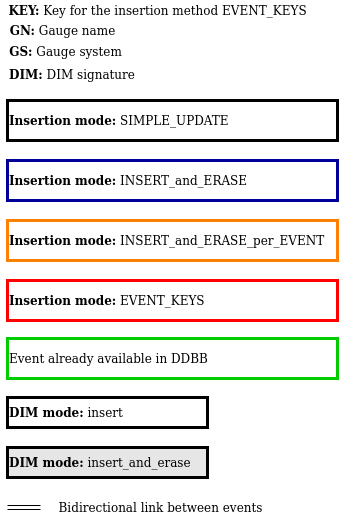
Earlier version of the draw.io export doc/fig/legened_structure_of_ingestions.png (Daniel-Brosnan-Blazquez/s2boa). Source tidied: cells renumbered, new cells last; positions are measured from the earlier drawing's top-left corner, leaving out a move shared by most shapes. Source of this version:
```xml
<mxGraphModel>
  <root>
    <mxCell id="0" />
    <mxCell id="1" parent="0" />
    <mxCell id="2" value="&lt;div&gt;&lt;b&gt;Insertion mode:&lt;/b&gt; SIMPLE_UPDATE&lt;br&gt;&lt;/div&gt;" style="rounded=0;whiteSpace=wrap;html=1;align=left;strokeWidth=3;" parent="1" vertex="1">
      <mxGeometry x="7" y="100" width="330" height="40" as="geometry" />
    </mxCell>
    <mxCell id="3" value="&lt;b&gt;GN:&lt;/b&gt; Gauge name" style="text;html=1;align=center;verticalAlign=middle;" parent="1" vertex="1">
      <mxGeometry x="2" y="20" width="120" height="20" as="geometry" />
    </mxCell>
    <mxCell id="4" value="&lt;b&gt;GS:&lt;/b&gt; Gauge system" style="text;html=1;align=center;verticalAlign=middle;" parent="1" vertex="1">
      <mxGeometry y="41" width="130" height="20" as="geometry" />
    </mxCell>
    <mxCell id="5" value="&lt;div&gt;&lt;b&gt;DIM:&lt;/b&gt; DIM signature&lt;/div&gt;" style="text;whiteSpace=wrap;html=1;" parent="1" vertex="1">
      <mxGeometry x="7" y="60" width="150" height="30" as="geometry" />
    </mxCell>
    <mxCell id="6" value="&lt;div&gt;&lt;b&gt;Insertion mode:&lt;/b&gt; INSERT_and_ERASE&lt;/div&gt;" style="rounded=0;whiteSpace=wrap;html=1;align=left;strokeWidth=3;strokeColor=#000099;" parent="1" vertex="1">
      <mxGeometry x="7" y="160" width="330" height="40" as="geometry" />
    </mxCell>
    <mxCell id="7" value="&lt;div&gt;&lt;b&gt;Insertion mode:&lt;/b&gt; INSERT_and_ERASE_per_EVENT&lt;/div&gt;" style="rounded=0;whiteSpace=wrap;html=1;align=left;strokeWidth=3;strokeColor=#FF8000;" parent="1" vertex="1">
      <mxGeometry x="7" y="220" width="330" height="40" as="geometry" />
    </mxCell>
    <mxCell id="8" value="&lt;div&gt;&lt;b&gt;DIM mode:&lt;/b&gt; insert&lt;br&gt;&lt;/div&gt;" style="rounded=0;whiteSpace=wrap;html=1;align=left;strokeWidth=3;shadow=0;sketch=0;glass=0;labelBackgroundColor=#ffffff;" parent="1" vertex="1">
      <mxGeometry x="7" y="397" width="200" height="30" as="geometry" />
    </mxCell>
    <mxCell id="9" value="&lt;div&gt;&lt;b&gt;DIM mode:&lt;/b&gt; insert_and_erase&lt;br&gt;&lt;/div&gt;" style="rounded=0;whiteSpace=wrap;html=1;align=left;strokeWidth=3;labelBackgroundColor=none;fillColor=#E6E6E6;" parent="1" vertex="1">
      <mxGeometry x="7" y="447" width="200" height="30" as="geometry" />
    </mxCell>
    <mxCell id="10" value="&lt;div&gt;&lt;b&gt;Insertion mode:&lt;/b&gt; EVENT_KEYS&lt;/div&gt;" style="rounded=0;whiteSpace=wrap;html=1;align=left;strokeWidth=3;strokeColor=#FF0000;" parent="1" vertex="1">
      <mxGeometry x="7" y="280" width="330" height="40" as="geometry" />
    </mxCell>
    <mxCell id="11" style="edgeStyle=orthogonalEdgeStyle;shape=link;rounded=0;orthogonalLoop=1;jettySize=auto;html=1;exitX=1;exitY=0.5;exitDx=0;exitDy=0;" parent="1" edge="1">
      <mxGeometry relative="1" as="geometry">
        <mxPoint x="7" y="507" as="sourcePoint" />
        <mxPoint x="40" y="507" as="targetPoint" />
      </mxGeometry>
    </mxCell>
    <mxCell id="12" value="&lt;div align=&quot;left&quot;&gt;Bidirectional link between events&lt;br&gt;&lt;/div&gt;" style="text;html=1;align=center;verticalAlign=middle;" parent="1" vertex="1">
      <mxGeometry x="50" y="497" width="220" height="20" as="geometry" />
    </mxCell>
    <mxCell id="13" value="&lt;div&gt;Event already available in DDBB&lt;br&gt;&lt;/div&gt;" style="rounded=0;whiteSpace=wrap;html=1;align=left;strokeWidth=3;strokeColor=#00CC00;" parent="1" vertex="1">
      <mxGeometry x="7" y="338" width="330" height="40" as="geometry" />
    </mxCell>
    <mxCell id="14" value="&lt;b&gt;KEY:&lt;/b&gt; Key for the insertion method EVENT_KEYS" style="text;html=1;align=center;verticalAlign=middle;" parent="1" vertex="1">
      <mxGeometry x="2" width="310" height="20" as="geometry" />
    </mxCell>
  </root>
</mxGraphModel>
```
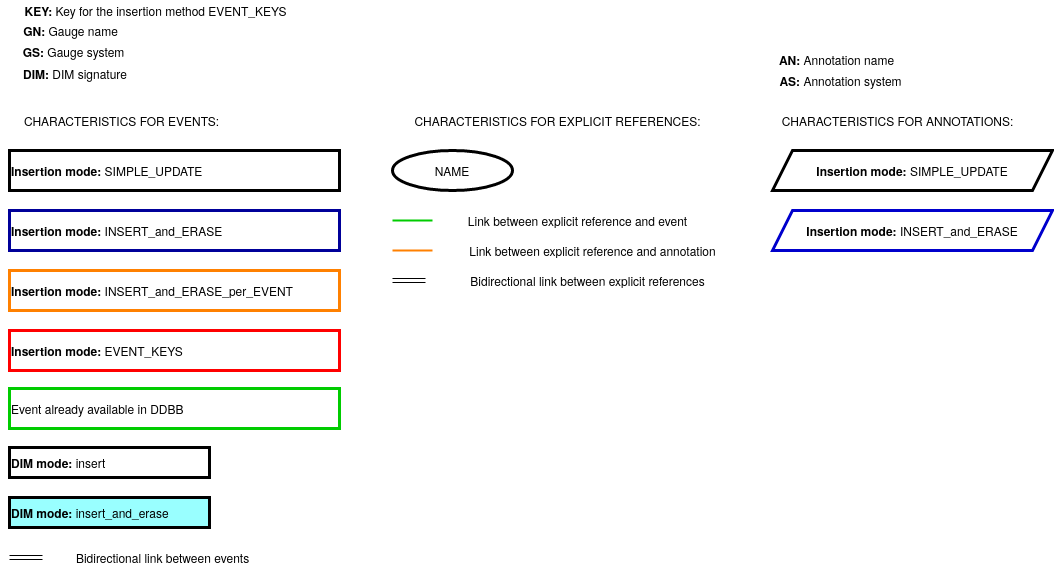
After the change.

Commit message:
Update insertion mode at DIM level for the ingestion of the NPPF and ORBPRE files

What changed in the source:
```diff
@@ -6,13 +6,13 @@
       <mxGeometry x="7" y="100" width="330" height="40" as="geometry" />
     </mxCell>
     <mxCell id="3" value="&lt;b&gt;GN:&lt;/b&gt; Gauge name" style="text;html=1;align=center;verticalAlign=middle;" parent="1" vertex="1">
-      <mxGeometry x="2" y="20" width="120" height="20" as="geometry" />
+      <mxGeometry x="8" y="-30" width="120" height="20" as="geometry" />
     </mxCell>
     <mxCell id="4" value="&lt;b&gt;GS:&lt;/b&gt; Gauge system" style="text;html=1;align=center;verticalAlign=middle;" parent="1" vertex="1">
-      <mxGeometry y="41" width="130" height="20" as="geometry" />
+      <mxGeometry x="6" y="-9" width="130" height="20" as="geometry" />
     </mxCell>
     <mxCell id="5" value="&lt;div&gt;&lt;b&gt;DIM:&lt;/b&gt; DIM signature&lt;/div&gt;" style="text;whiteSpace=wrap;html=1;" parent="1" vertex="1">
-      <mxGeometry x="7" y="60" width="150" height="30" as="geometry" />
+      <mxGeometry x="19" y="10" width="150" height="30" as="geometry" />
     </mxCell>
     <mxCell id="6" value="&lt;div&gt;&lt;b&gt;Insertion mode:&lt;/b&gt; INSERT_and_ERASE&lt;/div&gt;" style="rounded=0;whiteSpace=wrap;html=1;align=left;strokeWidth=3;strokeColor=#000099;" parent="1" vertex="1">
       <mxGeometry x="7" y="160" width="330" height="40" as="geometry" />
@@ -23,7 +23,7 @@
     <mxCell id="8" value="&lt;div&gt;&lt;b&gt;DIM mode:&lt;/b&gt; insert&lt;br&gt;&lt;/div&gt;" style="rounded=0;whiteSpace=wrap;html=1;align=left;strokeWidth=3;shadow=0;sketch=0;glass=0;labelBackgroundColor=#ffffff;" parent="1" vertex="1">
       <mxGeometry x="7" y="397" width="200" height="30" as="geometry" />
     </mxCell>
-    <mxCell id="9" value="&lt;div&gt;&lt;b&gt;DIM mode:&lt;/b&gt; insert_and_erase&lt;br&gt;&lt;/div&gt;" style="rounded=0;whiteSpace=wrap;html=1;align=left;strokeWidth=3;labelBackgroundColor=none;fillColor=#E6E6E6;" parent="1" vertex="1">
+    <mxCell id="9" value="&lt;div&gt;&lt;b&gt;DIM mode:&lt;/b&gt; insert_and_erase&lt;br&gt;&lt;/div&gt;" style="rounded=0;whiteSpace=wrap;html=1;align=left;strokeWidth=3;labelBackgroundColor=none;fillColor=#99FFFF;" parent="1" vertex="1">
       <mxGeometry x="7" y="447" width="200" height="30" as="geometry" />
     </mxCell>
     <mxCell id="10" value="&lt;div&gt;&lt;b&gt;Insertion mode:&lt;/b&gt; EVENT_KEYS&lt;/div&gt;" style="rounded=0;whiteSpace=wrap;html=1;align=left;strokeWidth=3;strokeColor=#FF0000;" parent="1" vertex="1">
@@ -42,7 +42,58 @@
       <mxGeometry x="7" y="338" width="330" height="40" as="geometry" />
     </mxCell>
     <mxCell id="14" value="&lt;b&gt;KEY:&lt;/b&gt; Key for the insertion method EVENT_KEYS" style="text;html=1;align=center;verticalAlign=middle;" parent="1" vertex="1">
-      <mxGeometry x="2" width="310" height="20" as="geometry" />
+      <mxGeometry x="-2" y="-50" width="310" height="20" as="geometry" />
     </mxCell>
+    <mxCell id="15" value="NAME" style="ellipse;whiteSpace=wrap;html=1;strokeWidth=3;" parent="1" vertex="1">
+      <mxGeometry x="390" y="100" width="120" height="40" as="geometry" />
+    </mxCell>
+    <mxCell id="16" value="CHARACTERISTICS FOR EVENTS:" style="text;html=1;align=center;verticalAlign=middle;" parent="1" vertex="1">
+      <mxGeometry x="4" y="60" width="230" height="20" as="geometry" />
+    </mxCell>
+    <mxCell id="17" value="CHARACTERISTICS FOR EXPLICIT REFERENCES:" style="text;html=1;align=center;verticalAlign=middle;" parent="1" vertex="1">
+      <mxGeometry x="390" y="60" width="330" height="20" as="geometry" />
+    </mxCell>
+    <mxCell id="18" style="endArrow=none;html=1;strokeWidth=2;strokeColor=#00CC00;" parent="1" edge="1">
+      <mxGeometry relative="1" as="geometry">
+        <mxPoint x="390" y="170" as="sourcePoint" />
+        <mxPoint x="430" y="170" as="targetPoint" />
+      </mxGeometry>
+    </mxCell>
+    <mxCell id="19" value="Link between explicit reference and event" style="text;html=1;align=center;verticalAlign=middle;" parent="1" vertex="1">
+      <mxGeometry x="440" y="160" width="270" height="20" as="geometry" />
+    </mxCell>
+    <mxCell id="20" style="endArrow=none;html=1;strokeWidth=2;strokeColor=#FF8000;" parent="1" edge="1">
+      <mxGeometry relative="1" as="geometry">
+        <mxPoint x="390" y="200" as="sourcePoint" />
+        <mxPoint x="430" y="200" as="targetPoint" />
+      </mxGeometry>
+    </mxCell>
+    <mxCell id="21" value="Link between explicit reference and annotation" style="text;html=1;align=center;verticalAlign=middle;" parent="1" vertex="1">
+      <mxGeometry x="440" y="190" width="300" height="20" as="geometry" />
+    </mxCell>
+    <mxCell id="22" style="edgeStyle=orthogonalEdgeStyle;shape=link;rounded=0;orthogonalLoop=1;jettySize=auto;html=1;exitX=1;exitY=0.5;exitDx=0;exitDy=0;" parent="1" edge="1">
+      <mxGeometry relative="1" as="geometry">
+        <mxPoint x="390" y="230" as="sourcePoint" />
+        <mxPoint x="423" y="230" as="targetPoint" />
+      </mxGeometry>
+    </mxCell>
+    <mxCell id="23" value="&lt;div align=&quot;left&quot;&gt;Bidirectional link between explicit references&lt;br&gt;&lt;/div&gt;" style="text;html=1;align=center;verticalAlign=middle;" parent="1" vertex="1">
+      <mxGeometry x="440" y="220" width="290" height="20" as="geometry" />
+    </mxCell>
+    <mxCell id="24" value="CHARACTERISTICS FOR ANNOTATIONS:" style="text;html=1;align=center;verticalAlign=middle;" parent="1" vertex="1">
+      <mxGeometry x="770" y="60" width="250" height="20" as="geometry" />
+    </mxCell>
+    <mxCell id="25" value="&lt;b&gt;Insertion mode:&lt;/b&gt; SIMPLE_UPDATE" style="shape=parallelogram;perimeter=parallelogramPerimeter;whiteSpace=wrap;html=1;fixedSize=1;strokeWidth=3;" parent="1" vertex="1">
+      <mxGeometry x="770" y="100" width="280" height="40" as="geometry" />
+    </mxCell>
+    <mxCell id="26" value="&lt;div&gt;&lt;b&gt;Insertion mode:&lt;/b&gt; INSERT_and_ERASE&lt;/div&gt;" style="shape=parallelogram;perimeter=parallelogramPerimeter;whiteSpace=wrap;html=1;fixedSize=1;strokeWidth=3;strokeColor=#0000CC;" parent="1" vertex="1">
+      <mxGeometry x="770" y="160" width="280" height="40" as="geometry" />
+    </mxCell>
+    <mxCell id="27" value="&lt;b&gt;AN:&lt;/b&gt; Annotation name" style="text;html=1;align=center;verticalAlign=middle;" parent="1" vertex="1">
+      <mxGeometry x="769" y="-1" width="130" height="20" as="geometry" />
+    </mxCell>
+    <mxCell id="28" value="&lt;b&gt;AS:&lt;/b&gt; Annotation system" style="text;html=1;align=center;verticalAlign=middle;" parent="1" vertex="1">
+      <mxGeometry x="768" y="20" width="140" height="20" as="geometry" />
+    </mxCell>
   </root>
 </mxGraphModel>
```
